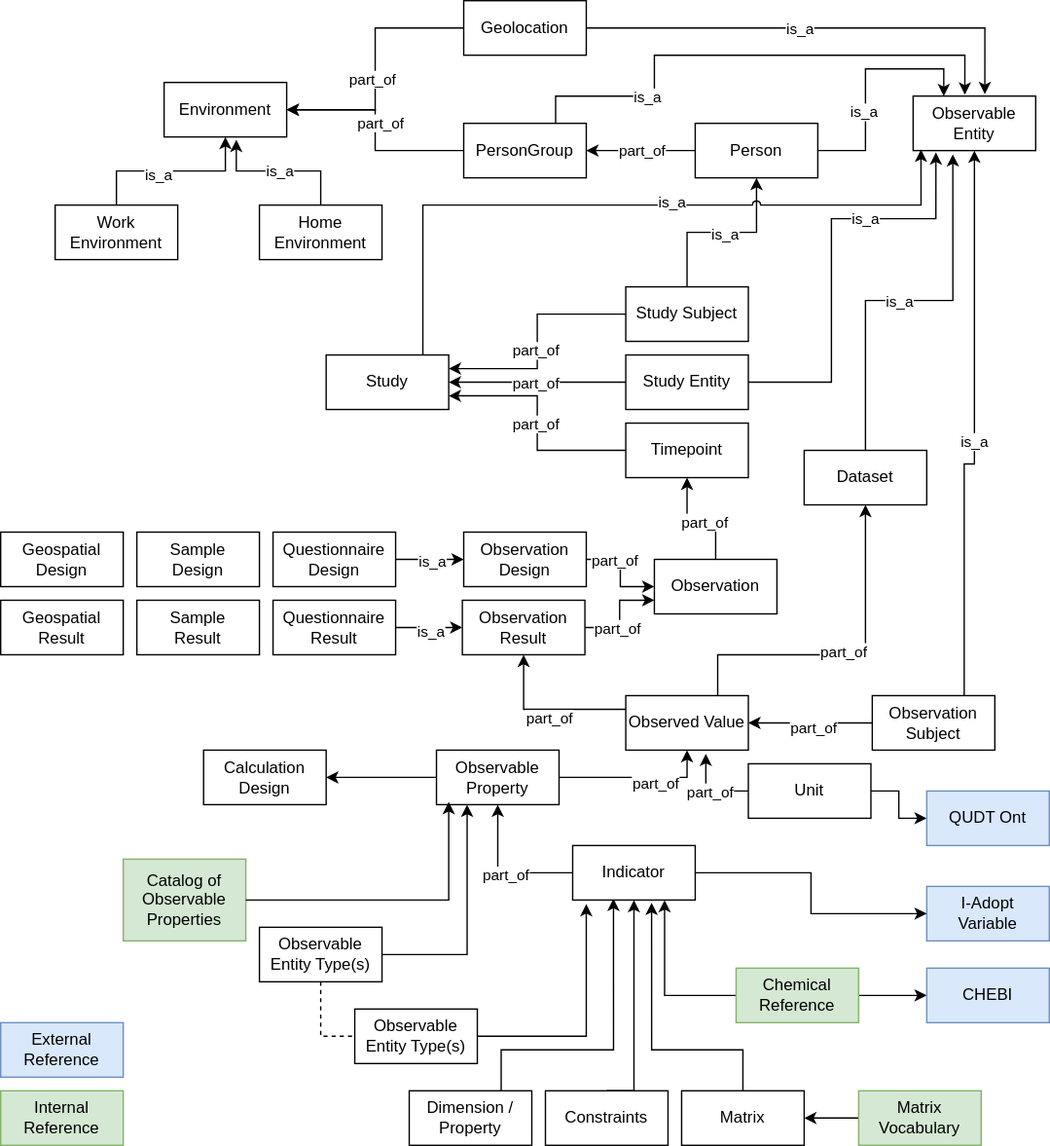
Before: diagrams/PEH Entities Overview.svg, a diagram exported from draw.io (GertjanBisschop/parco-hbm). Source tidied: cells renumbered, new cells last; positions are measured from the earlier drawing's top-left corner, leaving out a move shared by most shapes.
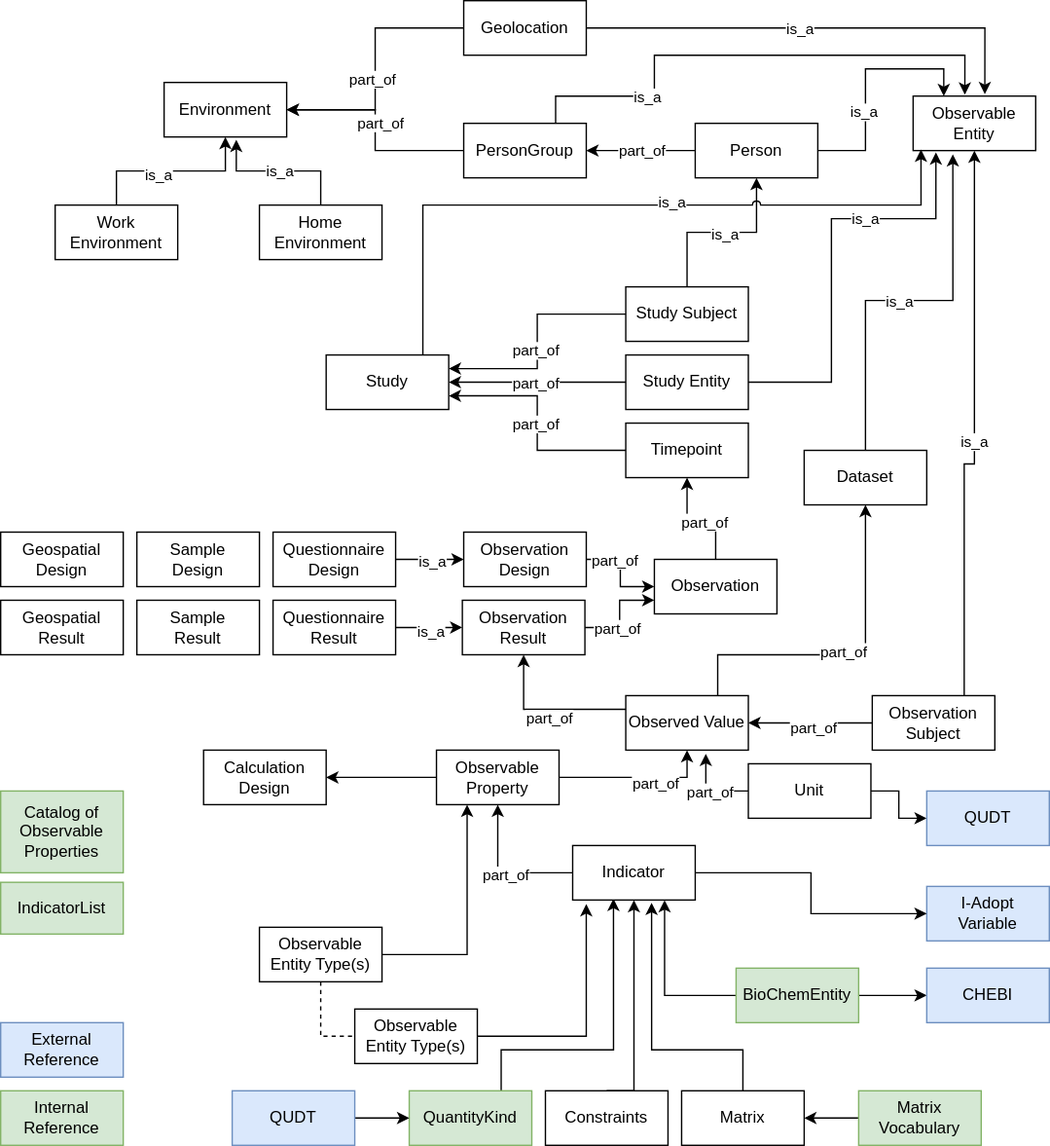
Later version of the same file.

Commit message:
Updated ObservableProperty terminology in diagram

What changed in the source:
```diff
@@ -148,7 +148,7 @@
     <mxCell id="44" style="edgeStyle=orthogonalEdgeStyle;rounded=0;jettySize=auto;html=1;entryX=0;entryY=0.5;entryDx=0;entryDy=0;" parent="1" edge="1" source="45" target="78">
       <mxGeometry relative="1" as="geometry" />
     </mxCell>
-    <mxCell id="45" value="Chemical Reference" style="rounded=0;whiteSpace=wrap;html=1;fillColor=#d5e8d4;strokeColor=#82b366;" parent="1" vertex="1">
+    <mxCell id="45" value="BioChemEntity" style="rounded=0;whiteSpace=wrap;html=1;fillColor=#d5e8d4;strokeColor=#82b366;" parent="1" vertex="1">
       <mxGeometry x="540" y="710" width="90" height="40" as="geometry" />
     </mxCell>
     <mxCell id="46" style="edgeStyle=orthogonalEdgeStyle;rounded=0;jettySize=auto;html=1;entryX=1;entryY=0.25;entryDx=0;entryDy=0;" parent="1" edge="1" source="50" target="2">
@@ -177,7 +177,7 @@
         </Array>
       </mxGeometry>
     </mxCell>
-    <mxCell id="53" value="Dimension / Property" style="rounded=0;whiteSpace=wrap;html=1;" parent="1" vertex="1">
+    <mxCell id="53" value="QuantityKind" style="rounded=0;whiteSpace=wrap;html=1;fillColor=#d5e8d4;strokeColor=#82b366;" parent="1" vertex="1">
       <mxGeometry x="300" y="800" width="90" height="40" as="geometry" />
     </mxCell>
     <mxCell id="54" value="Observable Entity Type(s)" style="rounded=0;whiteSpace=wrap;html=1;" parent="1" vertex="1">
@@ -351,15 +351,12 @@
     <mxCell id="99" value="Observation Result" style="rounded=0;whiteSpace=wrap;html=1;" parent="1" vertex="1">
       <mxGeometry x="339" y="440" width="90" height="40" as="geometry" />
     </mxCell>
-    <mxCell id="100" value="QUDT Ont" style="rounded=0;whiteSpace=wrap;html=1;fillColor=#dae8fc;strokeColor=#6c8ebf;" parent="1" vertex="1">
+    <mxCell id="100" value="QUDT" style="rounded=0;whiteSpace=wrap;html=1;fillColor=#dae8fc;strokeColor=#6c8ebf;" parent="1" vertex="1">
       <mxGeometry x="680" y="580" width="90" height="40" as="geometry" />
     </mxCell>
     <mxCell id="101" value="Catalog of Observable Properties" style="rounded=0;whiteSpace=wrap;html=1;fillColor=#d5e8d4;strokeColor=#82b366;" parent="1" vertex="1">
-      <mxGeometry x="90" y="630" width="90" height="60" as="geometry" />
+      <mxGeometry y="580" width="90" height="60" as="geometry" />
     </mxCell>
-    <mxCell id="102" style="edgeStyle=orthogonalEdgeStyle;rounded=0;jettySize=auto;html=1;entryX=0.1;entryY=0.95;entryDx=0;entryDy=0;entryPerimeter=0;" parent="1" edge="1" source="101" target="56">
-      <mxGeometry relative="1" as="geometry" />
-    </mxCell>
     <mxCell id="103" value="Matrix" style="rounded=0;whiteSpace=wrap;html=1;" parent="1" vertex="1">
       <mxGeometry x="500" y="800" width="90" height="40" as="geometry" />
     </mxCell>
@@ -383,5 +380,14 @@
     <mxCell id="108" value="Internal Reference" style="rounded=0;whiteSpace=wrap;html=1;fillColor=#d5e8d4;strokeColor=#82b366;" parent="1" vertex="1">
       <mxGeometry y="800" width="90" height="40" as="geometry" />
     </mxCell>
+    <mxCell id="109" style="edgeStyle=orthogonalEdgeStyle;rounded=0;jettySize=auto;html=1;" parent="1" edge="1" source="110" target="53">
+      <mxGeometry relative="1" as="geometry" />
+    </mxCell>
+    <mxCell id="110" value="QUDT" style="rounded=0;whiteSpace=wrap;html=1;fillColor=#dae8fc;strokeColor=#6c8ebf;" parent="1" vertex="1">
+      <mxGeometry x="170" y="800" width="90" height="40" as="geometry" />
+    </mxCell>
+    <mxCell id="111" value="IndicatorList" style="rounded=0;whiteSpace=wrap;html=1;fillColor=#d5e8d4;strokeColor=#82b366;" parent="1" vertex="1">
+      <mxGeometry y="647" width="90" height="38" as="geometry" />
+    </mxCell>
   </root>
 </mxGraphModel>
```
